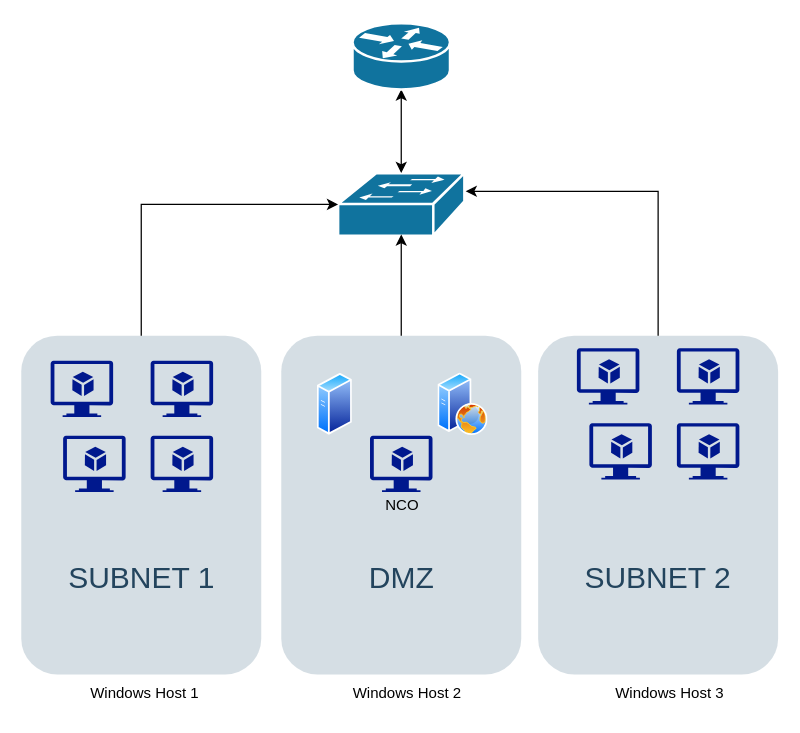
Earlier version of the draw.io diagram layer4_5_modules/IDS_modules/MILCOM_topology.drawio (danluke2/software_defined_customization). Source tidied: cells renumbered, new cells numbered last; positions are measured from the earlier drawing's top-left corner, leaving out a move shared by most shapes. Both pictures are drawn from the tidied source at 125%, with x=0, y=0 at pixel (20, 22).
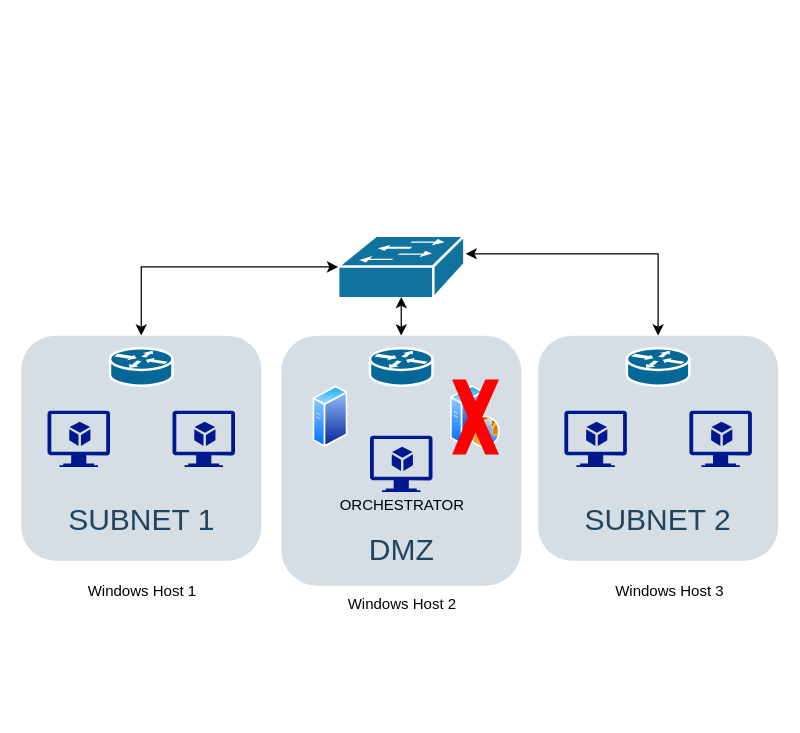
Above is the later version.

The edit, as a diff of the source:
```diff
@@
     <mxCell id="2" value="&lt;div&gt;&lt;br&gt;&lt;/div&gt;&lt;div&gt;&lt;br&gt;&lt;/div&gt;&lt;div&gt;&lt;br&gt;&lt;/div&gt;&lt;div&gt;&lt;br&gt;&lt;/div&gt;SUBNET 1" style="rounded=1;whiteSpace=wrap;html=1;strokeColor=none;fillColor=#BAC8D3;fontSize=24;fontColor=#23445D;align=center;opacity=60;" parent="1" vertex="1">
-      <mxGeometry x="0.5" y="250" width="192" height="271" as="geometry" />
+      <mxGeometry x="0.5" y="250" width="192" height="180" as="geometry" />
     </mxCell>
     <mxCell id="3" style="shape=mxgraph.cisco.switches.workgroup_switch;html=1;dashed=0;fillColor=#10739E;strokeColor=#ffffff;strokeWidth=2;verticalLabelPosition=bottom;verticalAlign=top;fontFamily=Helvetica;fontSize=36;fontColor=#FFB366;" parent="1" vertex="1">
-      <mxGeometry x="254" y="120" width="101" height="50" as="geometry" />
+      <mxGeometry x="254" y="170" width="101" height="50" as="geometry" />
     </mxCell>
-    <mxCell id="4" style="edgeStyle=orthogonalEdgeStyle;rounded=0;jettySize=auto;html=1;startArrow=classic;startFill=1;endArrow=classic;endFill=1;" parent="1" edge="1" source="5" target="3">
-      <mxGeometry relative="1" as="geometry" />
-    </mxCell>
-    <mxCell id="5" style="shape=mxgraph.cisco.routers.router;html=1;dashed=0;fillColor=#10739E;strokeColor=#ffffff;strokeWidth=2;verticalLabelPosition=bottom;verticalAlign=top;fontFamily=Helvetica;fontSize=36;fontColor=#FFB366;" parent="1" vertex="1">
-      <mxGeometry x="265.5" width="78" height="53" as="geometry" />
-    </mxCell>
-    <mxCell id="6" value="&lt;div&gt;&lt;br&gt;&lt;/div&gt;&lt;div&gt;&lt;br&gt;&lt;/div&gt;&lt;div&gt;&lt;br&gt;&lt;/div&gt;&lt;div&gt;&lt;br&gt;&lt;/div&gt;DMZ" style="rounded=1;whiteSpace=wrap;html=1;strokeColor=none;fillColor=#BAC8D3;fontSize=24;fontColor=#23445D;align=center;opacity=60;" parent="1" vertex="1">
-      <mxGeometry x="208.5" y="250" width="192" height="271" as="geometry" />
+    <mxCell id="6" value="&lt;div&gt;&lt;br&gt;&lt;/div&gt;&lt;div&gt;&lt;br&gt;&lt;/div&gt;&lt;div&gt;&lt;br&gt;&lt;/div&gt;&lt;div&gt;&lt;br&gt;&lt;/div&gt;&lt;div&gt;&lt;br&gt;&lt;/div&gt;DMZ" style="rounded=1;whiteSpace=wrap;html=1;strokeColor=none;fillColor=#BAC8D3;fontSize=24;fontColor=#23445D;align=center;opacity=60;" parent="1" vertex="1">
+      <mxGeometry x="208.5" y="250" width="192" height="200" as="geometry" />
     </mxCell>
     <mxCell id="7" value="&lt;div&gt;&lt;br&gt;&lt;/div&gt;&lt;div&gt;&lt;br&gt;&lt;/div&gt;&lt;div&gt;&lt;br&gt;&lt;/div&gt;&lt;div&gt;&lt;br&gt;&lt;/div&gt;SUBNET 2" style="rounded=1;whiteSpace=wrap;html=1;strokeColor=none;fillColor=#BAC8D3;fontSize=24;fontColor=#23445D;align=center;opacity=60;" parent="1" vertex="1">
-      <mxGeometry x="414" y="250" width="192" height="271" as="geometry" />
+      <mxGeometry x="414" y="250" width="192" height="180" as="geometry" />
     </mxCell>
     <mxCell id="8" value="Windows Host 1" style="text;html=1;align=center;verticalAlign=middle;strokeColor=none;fillColor=none;" parent="1" vertex="1">
-      <mxGeometry x="44" y="521" width="110" height="30" as="geometry" />
+      <mxGeometry x="41.5" y="440" width="110" height="30" as="geometry" />
     </mxCell>
     <mxCell id="9" value="Windows Host 2" style="text;html=1;align=center;verticalAlign=middle;strokeColor=none;fillColor=none;" parent="1" vertex="1">
-      <mxGeometry x="254" y="521" width="110" height="30" as="geometry" />
+      <mxGeometry x="249.5" y="450" width="110" height="30" as="geometry" />
     </mxCell>
     <mxCell id="10" value="Windows Host 3" style="text;html=1;align=center;verticalAlign=middle;strokeColor=none;fillColor=none;" parent="1" vertex="1">
-      <mxGeometry x="464" y="521" width="110" height="30" as="geometry" />
+      <mxGeometry x="464" y="440" width="110" height="30" as="geometry" />
     </mxCell>
-    <mxCell id="11" style="edgeStyle=orthogonalEdgeStyle;rounded=0;jettySize=auto;html=1;exitX=0.5;exitY=0;exitDx=0;exitDy=0;entryX=1.01;entryY=0.291;entryDx=0;entryDy=0;entryPerimeter=0;" parent="1" edge="1" source="7" target="3">
+    <mxCell id="11" style="edgeStyle=orthogonalEdgeStyle;rounded=0;jettySize=auto;html=1;exitX=0.5;exitY=0;exitDx=0;exitDy=0;entryX=1.01;entryY=0.291;entryDx=0;entryDy=0;entryPerimeter=0;startArrow=classic;startFill=1;" parent="1" edge="1" source="7" target="3">
       <mxGeometry relative="1" as="geometry" />
     </mxCell>
-    <mxCell id="12" style="edgeStyle=orthogonalEdgeStyle;rounded=0;jettySize=auto;html=1;exitX=0.5;exitY=0;exitDx=0;exitDy=0;entryX=0.5;entryY=0.98;entryDx=0;entryDy=0;entryPerimeter=0;" parent="1" edge="1" source="6" target="3">
+    <mxCell id="12" style="edgeStyle=orthogonalEdgeStyle;rounded=0;jettySize=auto;html=1;exitX=0.5;exitY=0;exitDx=0;exitDy=0;entryX=0.5;entryY=0.98;entryDx=0;entryDy=0;entryPerimeter=0;startArrow=classic;startFill=1;" parent="1" edge="1" source="6" target="3">
       <mxGeometry relative="1" as="geometry" />
     </mxCell>
-    <mxCell id="13" style="edgeStyle=orthogonalEdgeStyle;rounded=0;jettySize=auto;html=1;exitX=0.5;exitY=0;exitDx=0;exitDy=0;entryX=0;entryY=0.5;entryDx=0;entryDy=0;entryPerimeter=0;" parent="1" edge="1" source="2" target="3">
+    <mxCell id="13" style="edgeStyle=orthogonalEdgeStyle;rounded=0;jettySize=auto;html=1;exitX=0.5;exitY=0;exitDx=0;exitDy=0;entryX=0;entryY=0.5;entryDx=0;entryDy=0;entryPerimeter=0;startArrow=classic;startFill=1;targetPerimeterSpacing=-1;" parent="1" edge="1" source="2" target="3">
       <mxGeometry relative="1" as="geometry" />
     </mxCell>
-    <mxCell id="14" style="sketch=0;shadow=0;dashed=0;html=1;strokeColor=none;labelPosition=center;verticalLabelPosition=bottom;verticalAlign=top;align=center;fillColor=#00188D;shape=mxgraph.azure.virtual_machine_feature;" parent="1" vertex="1">
-      <mxGeometry x="24" y="270" width="50" height="45" as="geometry" />
-    </mxCell>
     <mxCell id="15" style="sketch=0;shadow=0;dashed=0;html=1;strokeColor=none;labelPosition=center;verticalLabelPosition=bottom;verticalAlign=top;align=center;fillColor=#00188D;shape=mxgraph.azure.virtual_machine_feature;" parent="1" vertex="1">
-      <mxGeometry x="104" y="330" width="50" height="45" as="geometry" />
+      <mxGeometry x="121.5" y="310" width="50" height="45" as="geometry" />
     </mxCell>
-    <mxCell id="16" style="sketch=0;shadow=0;dashed=0;html=1;strokeColor=none;labelPosition=center;verticalLabelPosition=bottom;verticalAlign=top;align=center;fillColor=#00188D;shape=mxgraph.azure.virtual_machine_feature;" parent="1" vertex="1">
-      <mxGeometry x="104" y="270" width="50" height="45" as="geometry" />
-    </mxCell>
     <mxCell id="17" style="sketch=0;shadow=0;dashed=0;html=1;strokeColor=none;labelPosition=center;verticalLabelPosition=bottom;verticalAlign=top;align=center;fillColor=#00188D;shape=mxgraph.azure.virtual_machine_feature;" parent="1" vertex="1">
-      <mxGeometry x="34" y="330" width="50" height="45" as="geometry" />
+      <mxGeometry x="21.5" y="310" width="50" height="45" as="geometry" />
     </mxCell>
-    <mxCell id="18" style="sketch=0;shadow=0;dashed=0;html=1;strokeColor=none;labelPosition=center;verticalLabelPosition=bottom;verticalAlign=top;align=center;fillColor=#00188D;shape=mxgraph.azure.virtual_machine_feature;" parent="1" vertex="1">
-      <mxGeometry x="445" y="260" width="50" height="45" as="geometry" />
-    </mxCell>
     <mxCell id="19" style="sketch=0;shadow=0;dashed=0;html=1;strokeColor=none;labelPosition=center;verticalLabelPosition=bottom;verticalAlign=top;align=center;fillColor=#00188D;shape=mxgraph.azure.virtual_machine_feature;" parent="1" vertex="1">
-      <mxGeometry x="525" y="320" width="50" height="45" as="geometry" />
+      <mxGeometry x="535" y="310" width="50" height="45" as="geometry" />
     </mxCell>
-    <mxCell id="20" style="sketch=0;shadow=0;dashed=0;html=1;strokeColor=none;labelPosition=center;verticalLabelPosition=bottom;verticalAlign=top;align=center;fillColor=#00188D;shape=mxgraph.azure.virtual_machine_feature;" parent="1" vertex="1">
-      <mxGeometry x="525" y="260" width="50" height="45" as="geometry" />
-    </mxCell>
     <mxCell id="21" style="sketch=0;shadow=0;dashed=0;html=1;strokeColor=none;labelPosition=center;verticalLabelPosition=bottom;verticalAlign=top;align=center;fillColor=#00188D;shape=mxgraph.azure.virtual_machine_feature;" parent="1" vertex="1">
-      <mxGeometry x="455" y="320" width="50" height="45" as="geometry" />
+      <mxGeometry x="435" y="310" width="50" height="45" as="geometry" />
     </mxCell>
     <mxCell id="22" style="image;perimeter=ellipsePerimeter;html=1;align=center;shadow=0;dashed=0;spacingTop=3;image=img/lib/active_directory/generic_server.svg;" parent="1" vertex="1">
-      <mxGeometry x="237.5" y="280" width="28" height="50" as="geometry" />
+      <mxGeometry x="234" y="290" width="28" height="50" as="geometry" />
     </mxCell>
     <mxCell id="23" style="image;perimeter=ellipsePerimeter;html=1;align=center;shadow=0;dashed=0;spacingTop=3;image=img/lib/active_directory/web_server.svg;" parent="1" vertex="1">
-      <mxGeometry x="334" y="280" width="40" height="50" as="geometry" />
+      <mxGeometry x="344" y="290" width="40" height="50" as="geometry" />
     </mxCell>
@@
-    <mxCell id="25" value="NCO" style="text;html=1;align=center;verticalAlign=middle;strokeColor=none;fillColor=none;" parent="1" vertex="1">
-      <mxGeometry x="279.5" y="370.5" width="50" height="30" as="geometry" />
+    <mxCell id="25" value="ORCHESTRATOR" style="text;html=1;align=center;verticalAlign=middle;strokeColor=none;fillColor=none;" parent="1" vertex="1">
+      <mxGeometry x="244.5" y="370.5" width="120" height="30" as="geometry" />
     </mxCell>
+    <mxCell id="26" style="shape=mxgraph.cisco.routers.router;html=1;dashed=0;fillColor=#036897;strokeColor=#ffffff;strokeWidth=2;verticalLabelPosition=bottom;verticalAlign=top;align=center;" parent="1" vertex="1">
+      <mxGeometry x="71.5" y="260" width="50" height="30" as="geometry" />
+    </mxCell>
+    <mxCell id="27" style="shape=mxgraph.cisco.routers.router;html=1;dashed=0;fillColor=#036897;strokeColor=#ffffff;strokeWidth=2;verticalLabelPosition=bottom;verticalAlign=top;align=center;" parent="1" vertex="1">
+      <mxGeometry x="279.5" y="260" width="50" height="30" as="geometry" />
+    </mxCell>
+    <mxCell id="28" style="shape=mxgraph.cisco.routers.router;html=1;dashed=0;fillColor=#036897;strokeColor=#ffffff;strokeWidth=2;verticalLabelPosition=bottom;verticalAlign=top;align=center;" parent="1" vertex="1">
+      <mxGeometry x="485" y="260" width="50" height="30" as="geometry" />
+    </mxCell>
+    <mxCell id="29" style="verticalLabelPosition=bottom;verticalAlign=top;html=1;shape=mxgraph.basic.x;strokeColor=none;fillColor=#FF0000;fontSize=12;dashed=1;dashPattern=12 12;" parent="1" vertex="1">
+      <mxGeometry x="345.2" y="285" width="37.5" height="60" as="geometry" />
+    </mxCell>
```
